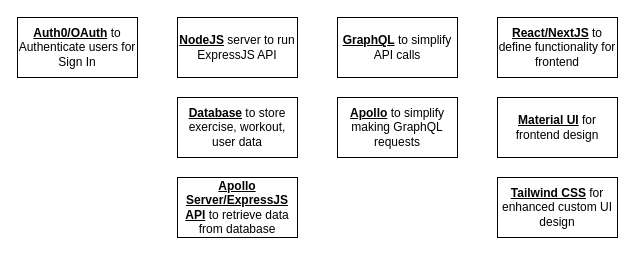
ChadwickButts/HyperStrength-Fitness-Tracker keeps this draw.io diagram as app/Hyperstrength-Fitness-Tracker_Design.drawio. Above is the earlier version. Source tidied: cells renumbered, new cells numbered last; positions are measured from the earlier drawing's top-left corner, leaving out a move shared by most shapes. Both pictures are drawn from the tidied source at 100%, with x=0, y=0 at pixel (17, 17).
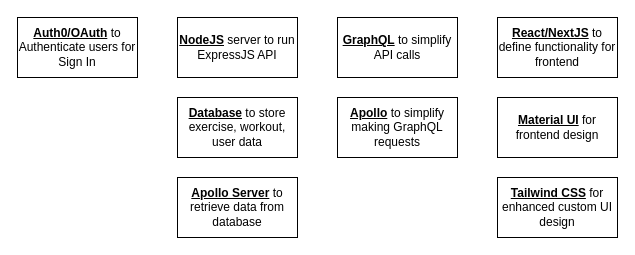
The same diagram, later.

The edit, as a diff of the source:
```diff
@@
 <mxGraphModel>
   <root>
     <mxCell id="0" />
     <mxCell id="1" parent="0" />
     <mxCell id="2" value="&lt;b&gt;&lt;u&gt;Auth0/OAuth&lt;/u&gt;&lt;/b&gt; to Authenticate users for Sign In" style="rounded=0;whiteSpace=wrap;html=1;fontFamily=Helvetica;" parent="1" vertex="1">
       <mxGeometry width="120" height="60" as="geometry" />
     </mxCell>
     <mxCell id="3" value="&lt;b&gt;&lt;u&gt;NodeJS&lt;/u&gt;&lt;/b&gt; server to run ExpressJS API" style="rounded=0;whiteSpace=wrap;html=1;" parent="1" vertex="1">
       <mxGeometry x="160" width="120" height="60" as="geometry" />
     </mxCell>
     <mxCell id="4" value="&lt;b&gt;&lt;u&gt;Database&lt;/u&gt;&lt;/b&gt; to store exercise, workout, user data" style="rounded=0;whiteSpace=wrap;html=1;" parent="1" vertex="1">
       <mxGeometry x="160" y="80" width="120" height="60" as="geometry" />
     </mxCell>
-    <mxCell id="5" value="&lt;b&gt;&lt;u&gt;Apollo Server/ExpressJS API&lt;/u&gt;&lt;/b&gt; to retrieve data from database" style="rounded=0;whiteSpace=wrap;html=1;" parent="1" vertex="1">
+    <mxCell id="5" value="&lt;b&gt;&lt;u&gt;Apollo Server&lt;/u&gt;&lt;/b&gt; to retrieve data from database" style="rounded=0;whiteSpace=wrap;html=1;" parent="1" vertex="1">
       <mxGeometry x="160" y="160" width="120" height="60" as="geometry" />
     </mxCell>
     <mxCell id="6" value="&lt;b&gt;&lt;u&gt;GraphQL&lt;/u&gt;&lt;/b&gt; to simplify API calls" style="rounded=0;whiteSpace=wrap;html=1;" parent="1" vertex="1">
       <mxGeometry x="320" width="120" height="60" as="geometry" />
     </mxCell>
     <mxCell id="7" value="&lt;b&gt;&lt;u&gt;React/NextJS&lt;/u&gt;&lt;/b&gt; to define functionality for frontend" style="rounded=0;whiteSpace=wrap;html=1;" parent="1" vertex="1">
       <mxGeometry x="480" width="120" height="60" as="geometry" />
     </mxCell>
     <mxCell id="8" value="&lt;b&gt;&lt;u&gt;Material UI&lt;/u&gt;&lt;/b&gt; for frontend design" style="rounded=0;whiteSpace=wrap;html=1;" parent="1" vertex="1">
       <mxGeometry x="480" y="80" width="120" height="60" as="geometry" />
     </mxCell>
     <mxCell id="9" value="&lt;b&gt;&lt;u&gt;Tailwind CSS&lt;/u&gt;&lt;/b&gt; for enhanced custom UI design" style="rounded=0;whiteSpace=wrap;html=1;" parent="1" vertex="1">
       <mxGeometry x="480" y="160" width="120" height="60" as="geometry" />
     </mxCell>
     <mxCell id="10" value="&lt;b&gt;&lt;u&gt;Apollo&lt;/u&gt;&lt;/b&gt; to simplify making GraphQL requests" style="rounded=0;whiteSpace=wrap;html=1;" parent="1" vertex="1">
       <mxGeometry x="320" y="80" width="120" height="60" as="geometry" />
     </mxCell>
   </root>
 </mxGraphModel>
```
